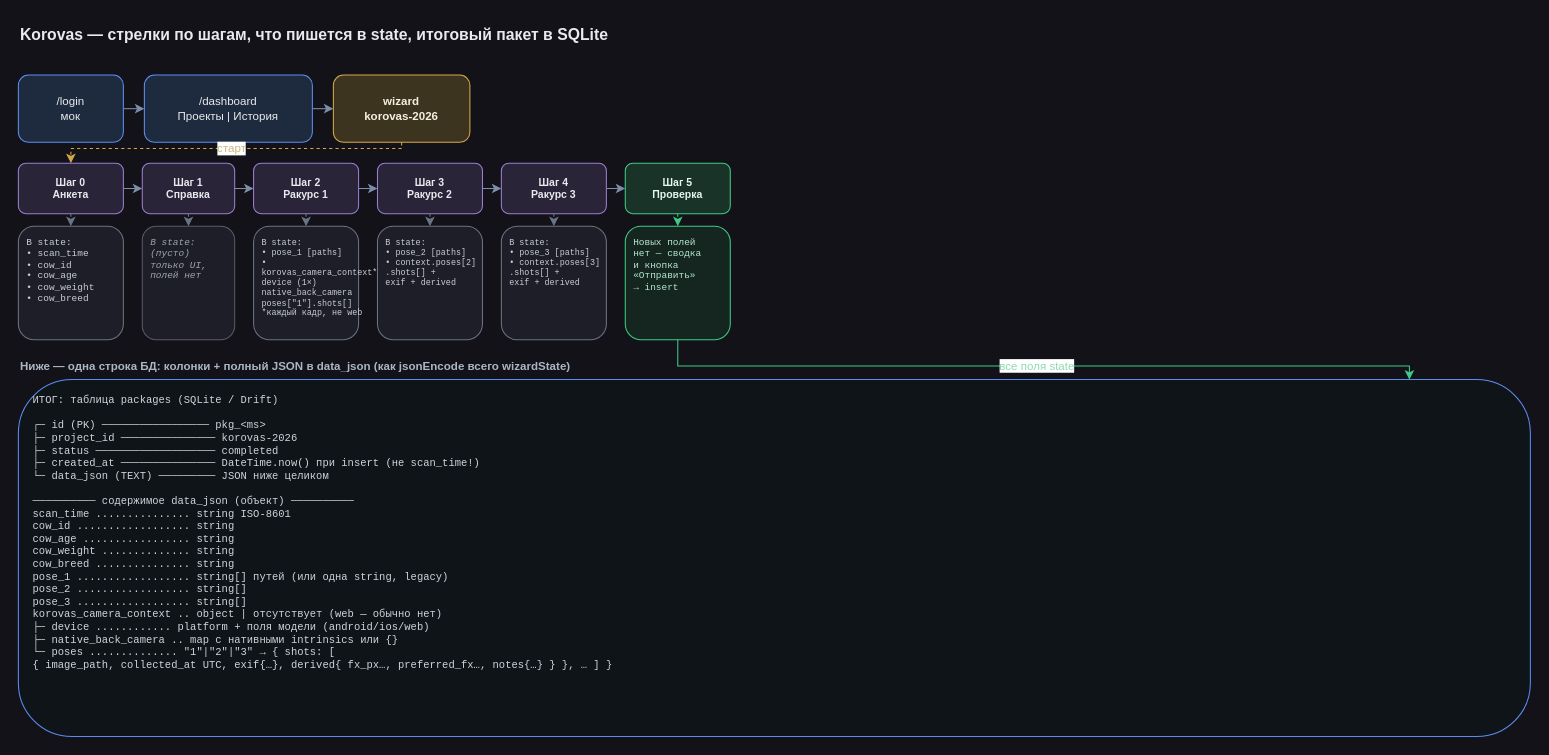
This is specs/korovas/v0_shema.drawio from epoch8/data-collector, a draw.io file, before an edit. Source tidied: cells renumbered, new cells numbered last; positions are measured from the earlier drawing's top-left corner, leaving out a move shared by most shapes. Both pictures are drawn from the tidied source at 105%, with x=0, y=0 at pixel (18, 18).
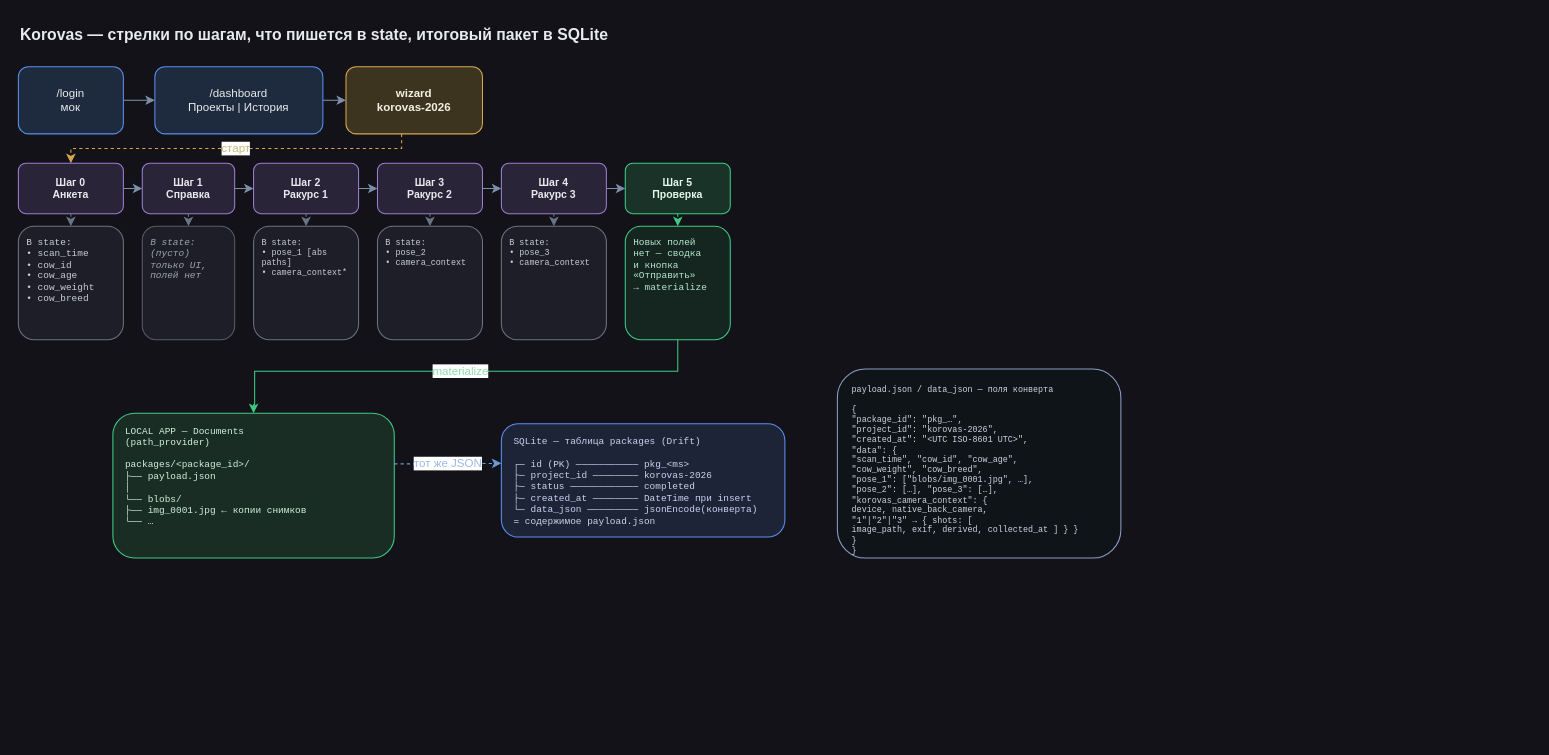
After the change.

Change to the diagram source:
```diff
@@
     <mxCell id="3" value="/login&#10;мок" style="rounded=1;whiteSpace=wrap;html=1;fillColor=#1e2a3d;strokeColor=#5B8DEF;fontColor=#E8EAED;fontSize=11;" parent="1" vertex="1">
-      <mxGeometry y="54" width="100" height="64" as="geometry" />
+      <mxGeometry y="46" width="100" height="64" as="geometry" />
     </mxCell>
     <mxCell id="4" value="/dashboard&#10;Проекты | История" style="rounded=1;whiteSpace=wrap;html=1;fillColor=#1e2a3d;strokeColor=#5B8DEF;fontColor=#E8EAED;fontSize=11;" parent="1" vertex="1">
-      <mxGeometry x="120" y="54" width="160" height="64" as="geometry" />
+      <mxGeometry x="130" y="46" width="160" height="64" as="geometry" />
     </mxCell>
     <mxCell id="5" value="wizard&#10;korovas-2026" style="rounded=1;whiteSpace=wrap;html=1;fillColor=#3d3420;strokeColor=#D4A84B;fontStyle=1;fontColor=#F5EFE0;fontSize=11;" parent="1" vertex="1">
-      <mxGeometry x="300" y="54" width="130" height="64" as="geometry" />
+      <mxGeometry x="312" y="46" width="130" height="64" as="geometry" />
     </mxCell>
@@
-    <mxCell id="22" value="В state:&#10;• pose_1 [paths]&#10;• korovas_camera_context*&#10;  device (1×)&#10;  native_back_camera&#10;  poses[&amp;quot;1&amp;quot;].shots[]&#10;*каждый кадр, не web" style="rounded=1;whiteSpace=wrap;html=1;align=left;verticalAlign=top;spacingLeft=6;spacingTop=4;fillColor=#1e1e28;strokeColor=#6B7280;fontSize=8;fontColor=#C8CDD8;fontFamily=Courier New;" parent="1" vertex="1">
+    <mxCell id="22" value="В state:&lt;br&gt;• pose_1 [abs paths]&lt;br&gt;• camera_context*" style="rounded=1;whiteSpace=wrap;html=1;align=left;verticalAlign=top;spacingLeft=6;spacingTop=4;fillColor=#1e1e28;strokeColor=#6B7280;fontSize=8;fontColor=#C8CDD8;fontFamily=Courier New;" parent="1" vertex="1">
       <mxGeometry x="224" y="198" width="100" height="108" as="geometry" />
     </mxCell>
-    <mxCell id="23" value="В state:&#10;• pose_2 [paths]&#10;• context.poses[2]&#10;  .shots[] +&#10;  exif + derived" style="rounded=1;whiteSpace=wrap;html=1;align=left;verticalAlign=top;spacingLeft=6;spacingTop=4;fillColor=#1e1e28;strokeColor=#6B7280;fontSize=8;fontColor=#C8CDD8;fontFamily=Courier New;" parent="1" vertex="1">
+    <mxCell id="23" value="В state:&lt;br&gt;• pose_2&lt;br&gt;• camera_context" style="rounded=1;whiteSpace=wrap;html=1;align=left;verticalAlign=top;spacingLeft=6;spacingTop=4;fillColor=#1e1e28;strokeColor=#6B7280;fontSize=8;fontColor=#C8CDD8;fontFamily=Courier New;" parent="1" vertex="1">
       <mxGeometry x="342" y="198" width="100" height="108" as="geometry" />
     </mxCell>
-    <mxCell id="24" value="В state:&#10;• pose_3 [paths]&#10;• context.poses[3]&#10;  .shots[] +&#10;  exif + derived" style="rounded=1;whiteSpace=wrap;html=1;align=left;verticalAlign=top;spacingLeft=6;spacingTop=4;fillColor=#1e1e28;strokeColor=#6B7280;fontSize=8;fontColor=#C8CDD8;fontFamily=Courier New;" parent="1" vertex="1">
+    <mxCell id="24" value="В state:&lt;br&gt;• pose_3&lt;br&gt;• camera_context" style="rounded=1;whiteSpace=wrap;html=1;align=left;verticalAlign=top;spacingLeft=6;spacingTop=4;fillColor=#1e1e28;strokeColor=#6B7280;fontSize=8;fontColor=#C8CDD8;fontFamily=Courier New;" parent="1" vertex="1">
       <mxGeometry x="460" y="198" width="100" height="108" as="geometry" />
     </mxCell>
-    <mxCell id="25" value="Новых полей&#10;нет — сводка&#10;и кнопка&#10;«Отправить»&#10;→ insert" style="rounded=1;whiteSpace=wrap;html=1;align=left;verticalAlign=top;spacingLeft=6;spacingTop=4;fillColor=#14261f;strokeColor=#3DCC85;fontSize=9;fontColor=#B8E8D0;fontFamily=Courier New;" parent="1" vertex="1">
+    <mxCell id="25" value="Новых полей&#10;нет — сводка&#10;и кнопка&#10;«Отправить»&#10;→ materialize" style="rounded=1;whiteSpace=wrap;html=1;align=left;verticalAlign=top;spacingLeft=6;spacingTop=4;fillColor=#14261f;strokeColor=#3DCC85;fontSize=9;fontColor=#B8E8D0;fontFamily=Courier New;" parent="1" vertex="1">
       <mxGeometry x="578" y="198" width="100" height="108" as="geometry" />
     </mxCell>
@@
-    <mxCell id="32" value="Ниже — одна строка БД: колонки + полный JSON в data_json (как jsonEncode всего wizardState)" style="text;html=1;strokeColor=none;fillColor=none;align=left;fontSize=11;fontColor=#ADB5C4;fontStyle=1;" parent="1" vertex="1">
-      <mxGeometry y="318" width="900" height="22" as="geometry" />
-    </mxCell>
-    <mxCell id="33" value="ИТОГ: таблица packages (SQLite / Drift)&#10;&#10;┌─ id (PK) ───────────────── pkg_&amp;lt;ms&amp;gt;&#10;├─ project_id ─────────────── korovas-2026&#10;├─ status ─────────────────── completed&#10;├─ created_at ─────────────── DateTime.now() при insert (не scan_time!)&#10;└─ data_json (TEXT) ───────── JSON ниже целиком&#10;&#10;────────── содержимое data_json (объект) ──────────&#10;scan_time ............... string ISO-8601&#10;cow_id .................. string&#10;cow_age ................. string&#10;cow_weight .............. string&#10;cow_breed ............... string&#10;pose_1 .................. string[] путей (или одна string, legacy)&#10;pose_2 .................. string[]&#10;pose_3 .................. string[]&#10;korovas_camera_context .. object | отсутствует (web — обычно нет)&#10;  ├─ device ............ platform + поля модели (android/ios/web)&#10;  ├─ native_back_camera .. map с нативными intrinsics или {}&#10;  └─ poses .............. &amp;quot;1&amp;quot;|&amp;quot;2&amp;quot;|&amp;quot;3&amp;quot; → { shots: [&#10;         { image_path, collected_at UTC, exif{…}, derived{ fx_px…, preferred_fx…, notes{…} } }, … ] }" style="rounded=1;whiteSpace=wrap;html=1;align=left;verticalAlign=top;spacingLeft=12;spacingTop=8;fillColor=#0f1419;strokeColor=#5B8DEF;fontSize=10;fontColor=#D1D5DB;fontFamily=Courier New;" parent="1" vertex="1">
-      <mxGeometry y="344" width="1440" height="340" as="geometry" />
-    </mxCell>
+    <mxCell id="35" value="LOCAL APP — Documents&lt;br&gt;(path_provider)&lt;br&gt;&lt;br&gt;packages/&amp;lt;package_id&amp;gt;/&lt;br&gt;├── payload.json&lt;br&gt;│&amp;nbsp;&lt;br&gt;└── blobs/&lt;br&gt;      ├── img_0001.jpg  ← копии снимков&lt;br&gt;      └── …&lt;br&gt;&lt;br&gt;" style="rounded=1;whiteSpace=wrap;html=1;align=left;verticalAlign=top;spacingLeft=10;spacingTop=6;fillColor=#1a2d24;strokeColor=#3DCC85;fontSize=9;fontColor=#D1F0E0;fontFamily=Courier New;" parent="1" vertex="1">
+      <mxGeometry x="90" y="376" width="268" height="138" as="geometry" />
+    </mxCell>
+    <mxCell id="36" value="SQLite — таблица packages (Drift)&lt;br&gt;&lt;br&gt;┌─ id (PK) ─────────── pkg_&amp;lt;ms&amp;gt;&lt;br&gt;├─ project_id ──────── korovas-2026&lt;br&gt;├─ status ──────────── completed&lt;br&gt;├─ created_at ──────── DateTime при insert&lt;br&gt;└─ data_json ─────────&amp;nbsp;jsonEncode(конверта)&lt;br&gt;       = содержимое payload.json" style="rounded=1;whiteSpace=wrap;html=1;align=left;verticalAlign=top;spacingLeft=10;spacingTop=6;fillColor=#1e2438;strokeColor=#5B8DEF;fontSize=9;fontColor=#C8D4F0;fontFamily=Courier New;" parent="1" vertex="1">
+      <mxGeometry x="460" y="386" width="270" height="108" as="geometry" />
+    </mxCell>
+    <mxCell id="37" value="payload.json / data_json — поля конверта&lt;br&gt;&lt;br&gt;{&lt;br&gt;  &quot;package_id&quot;: &quot;pkg_…&quot;,&lt;br&gt;  &quot;project_id&quot;: &quot;korovas-2026&quot;,&lt;br&gt;  &quot;created_at&quot;: &quot;&amp;lt;UTC ISO-8601 UTC&amp;gt;&quot;,&lt;br&gt;  &quot;data&quot;: {&lt;br&gt;    &quot;scan_time&quot;, &quot;cow_id&quot;, &quot;cow_age&quot;,&lt;br&gt;    &quot;cow_weight&quot;, &quot;cow_breed&quot;,&lt;br&gt;    &quot;pose_1&quot;: [&quot;blobs/img_0001.jpg&quot;, …],&lt;br&gt;    &quot;pose_2&quot;: […], &quot;pose_3&quot;: […],&lt;br&gt;    &quot;korovas_camera_context&quot;: {&lt;br&gt;      device, native_back_camera,&lt;br&gt;      &quot;1&quot;|&quot;2&quot;|&quot;3&quot; → { shots: [&lt;br&gt;        image_path, exif, derived, collected_at ] } }&lt;br&gt;  }&lt;br&gt;}&lt;br&gt;" style="rounded=1;whiteSpace=wrap;html=1;align=left;verticalAlign=top;spacingLeft=12;spacingTop=8;fillColor=#0f1419;strokeColor=#8B9DC6;fontSize=8;fontColor=#D1D5DB;fontFamily=Courier New;" parent="1" vertex="1">
+      <mxGeometry x="780" y="334" width="270" height="180" as="geometry" />
+    </mxCell>
-    <mxCell id="34" value="все поля state" style="edgeStyle=orthogonalEdgeStyle;rounded=0;html=1;strokeColor=#3DCC85;fontColor=#8FD9B0;endArrow=classic;dashed=0;exitX=0.5;exitY=1;entryX=0.92;entryY=0;" parent="1" edge="1" source="25" target="33">
+    <mxCell id="34" value="materialize" style="edgeStyle=orthogonalEdgeStyle;rounded=0;html=1;strokeColor=#3DCC85;fontColor=#8FD9B0;endArrow=classic;exitX=0.5;exitY=1;entryX=0.5;entryY=0;" parent="1" edge="1" source="25" target="35">
       <mxGeometry relative="1" as="geometry">
         <Array as="points">
-          <mxPoint x="628" y="331" />
-          <mxPoint x="1325" y="331" />
+          <mxPoint x="628" y="336" />
+          <mxPoint x="225" y="336" />
+          <mxPoint x="225" y="368" />
         </Array>
       </mxGeometry>
     </mxCell>
+    <mxCell id="38" value="тот же JSON" style="edgeStyle=orthogonalEdgeStyle;rounded=0;html=1;dashed=1;strokeColor=#6B9BD1;fontColor=#9BB8E8;endArrow=classic;exitX=1;exitY=0.35;entryX=0;entryY=0.35;" parent="1" edge="1" source="35" target="36">
+      <mxGeometry relative="1" as="geometry" />
+    </mxCell>
```
